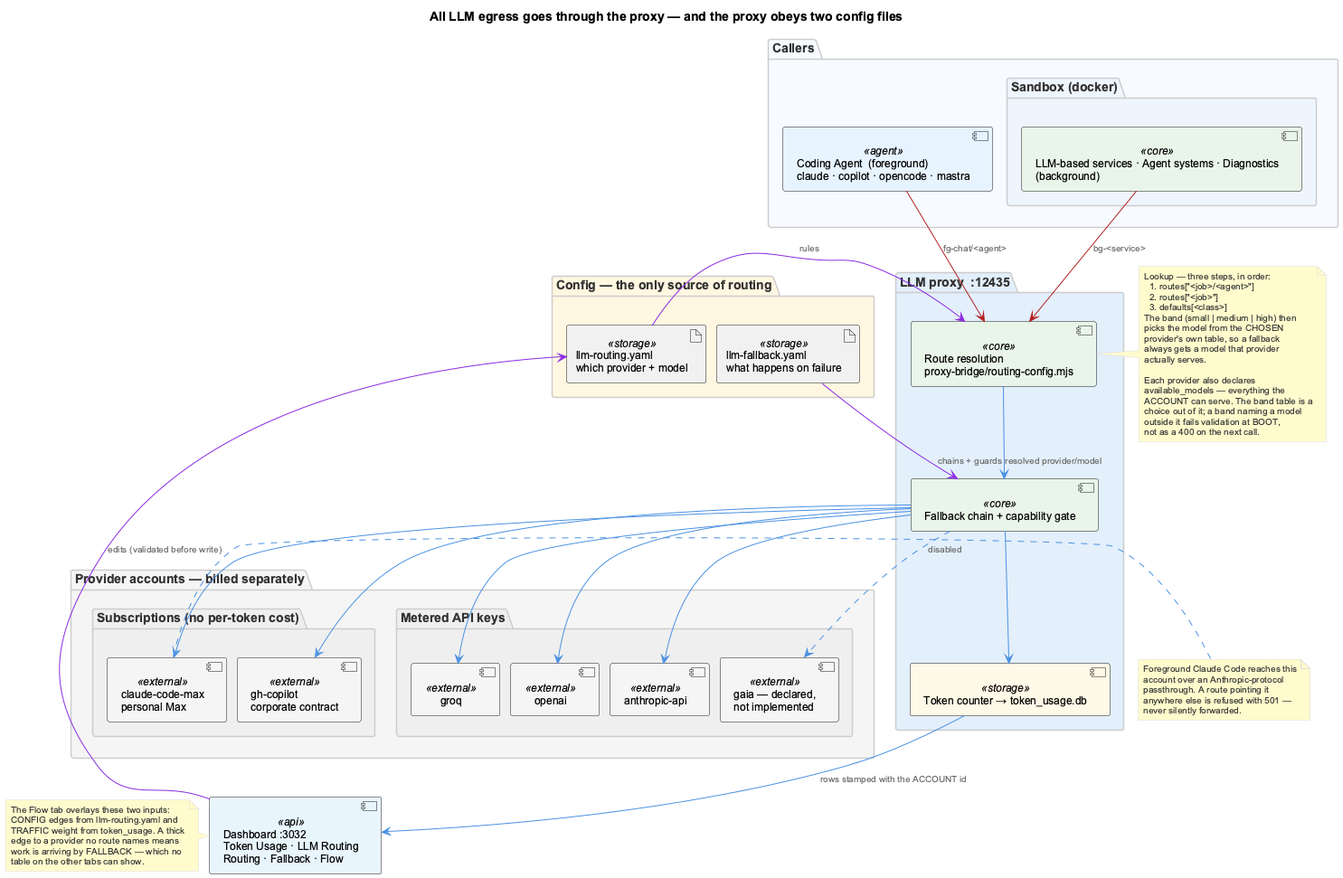
Earlier version of the PlantUML export docs/images/llm-routing-architecture.png (fwornle/coding).
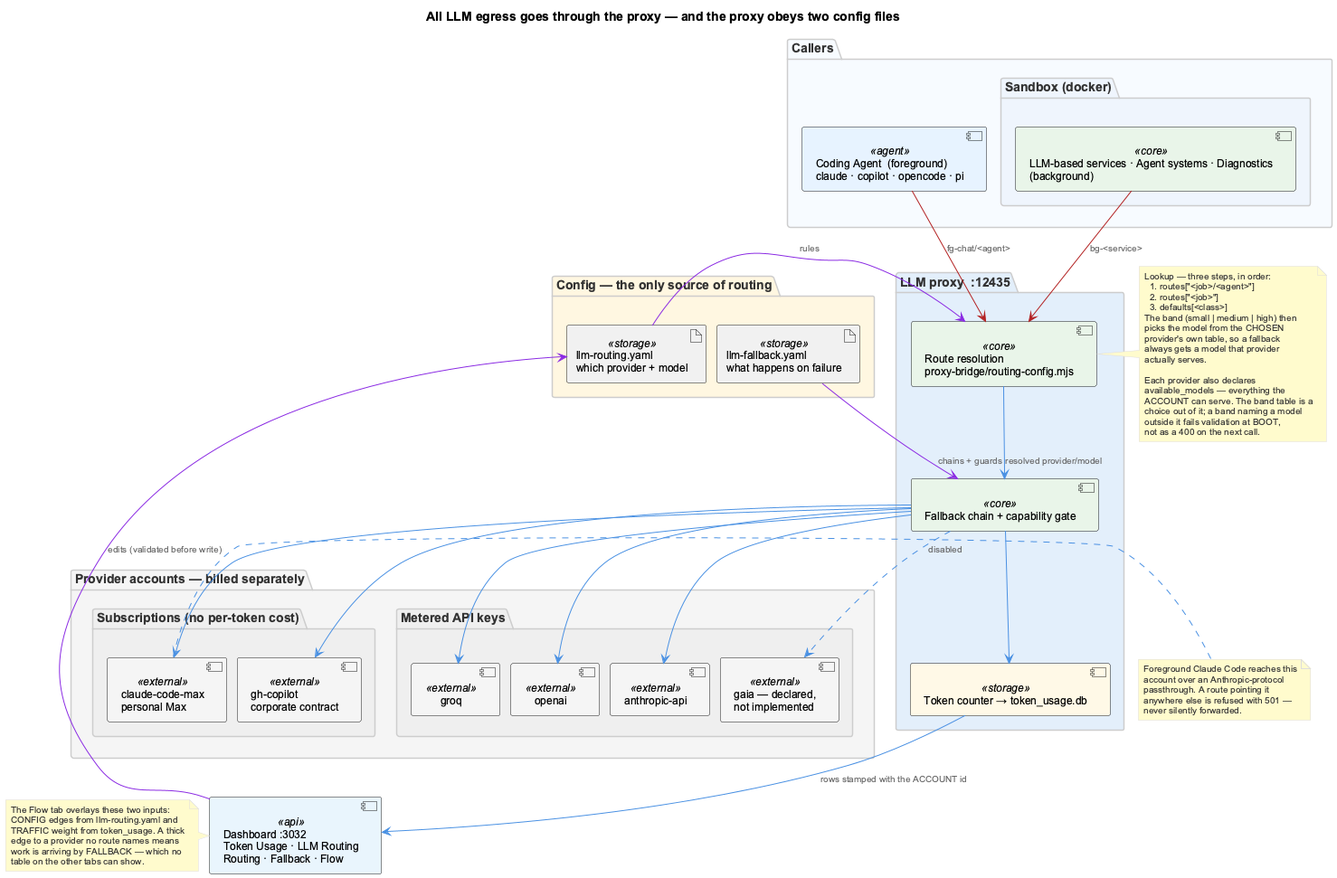
The same file after the commit.

Diff of the diagram source:
```diff
@@ -9,7 +9,7 @@
 skinparam ranksep 28
 
 package "Callers" #F7FAFF {
-  component "Coding Agent  (foreground)\nclaude · copilot · opencode · mastra" as agent <<agent>>
+  component "Coding Agent  (foreground)\nclaude · copilot · opencode · pi" as agent <<agent>>
   package "Sandbox (docker)" #EEF4FC {
     component "LLM-based services · Agent systems · Diagnostics\n(background)" as bgsvc <<core>>
   }
```
